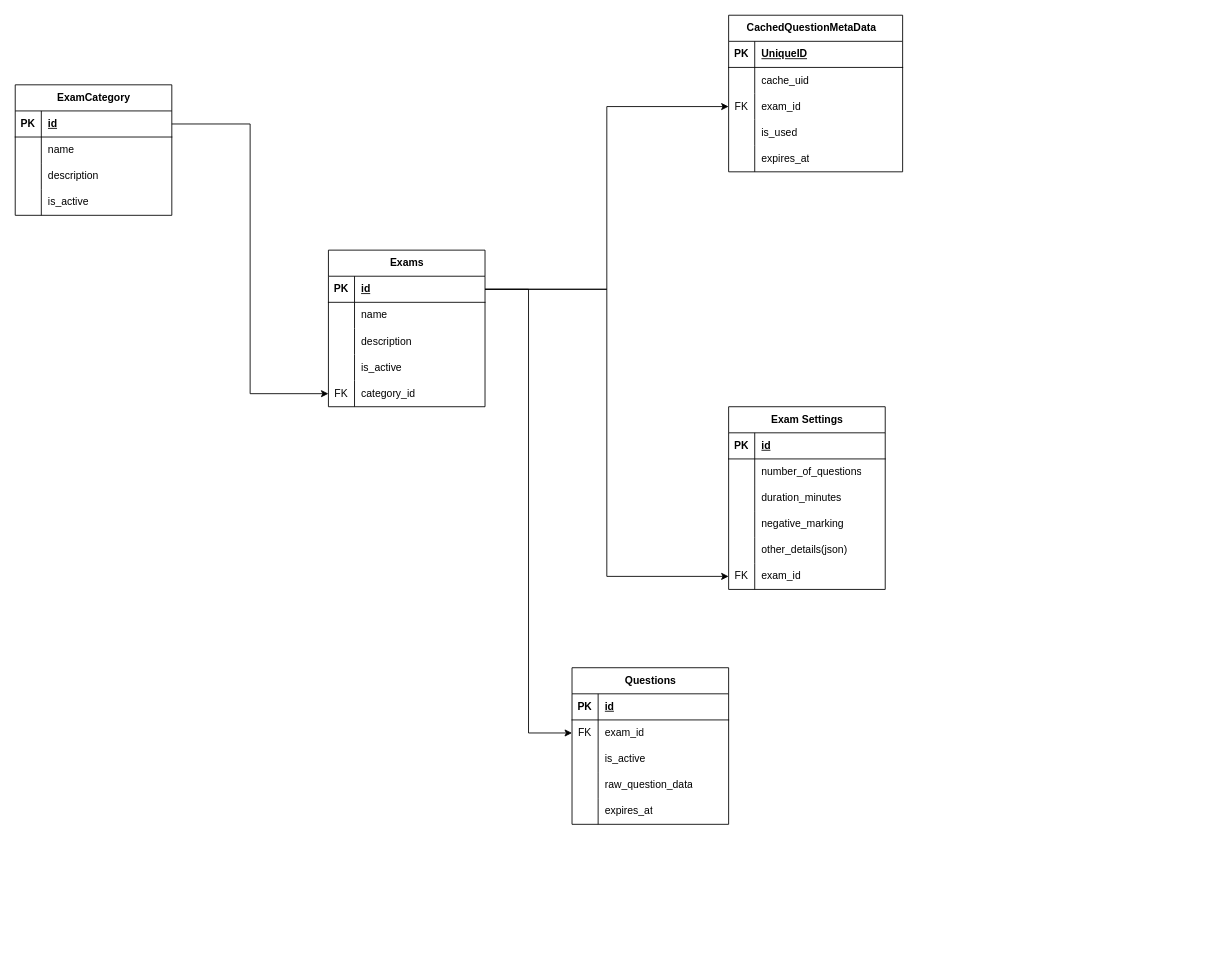
Above: page "db schema" (4 of 4) of docs/retest.drawio in Anexca/project-kota (draw.io), before the change. Source tidied: cells renumbered, new cells numbered last; positions are measured from the earlier drawing's top-left corner, leaving out a move shared by most shapes. Both pictures are drawn from the tidied source at 87%, with x=0, y=0 at pixel (15, 15).
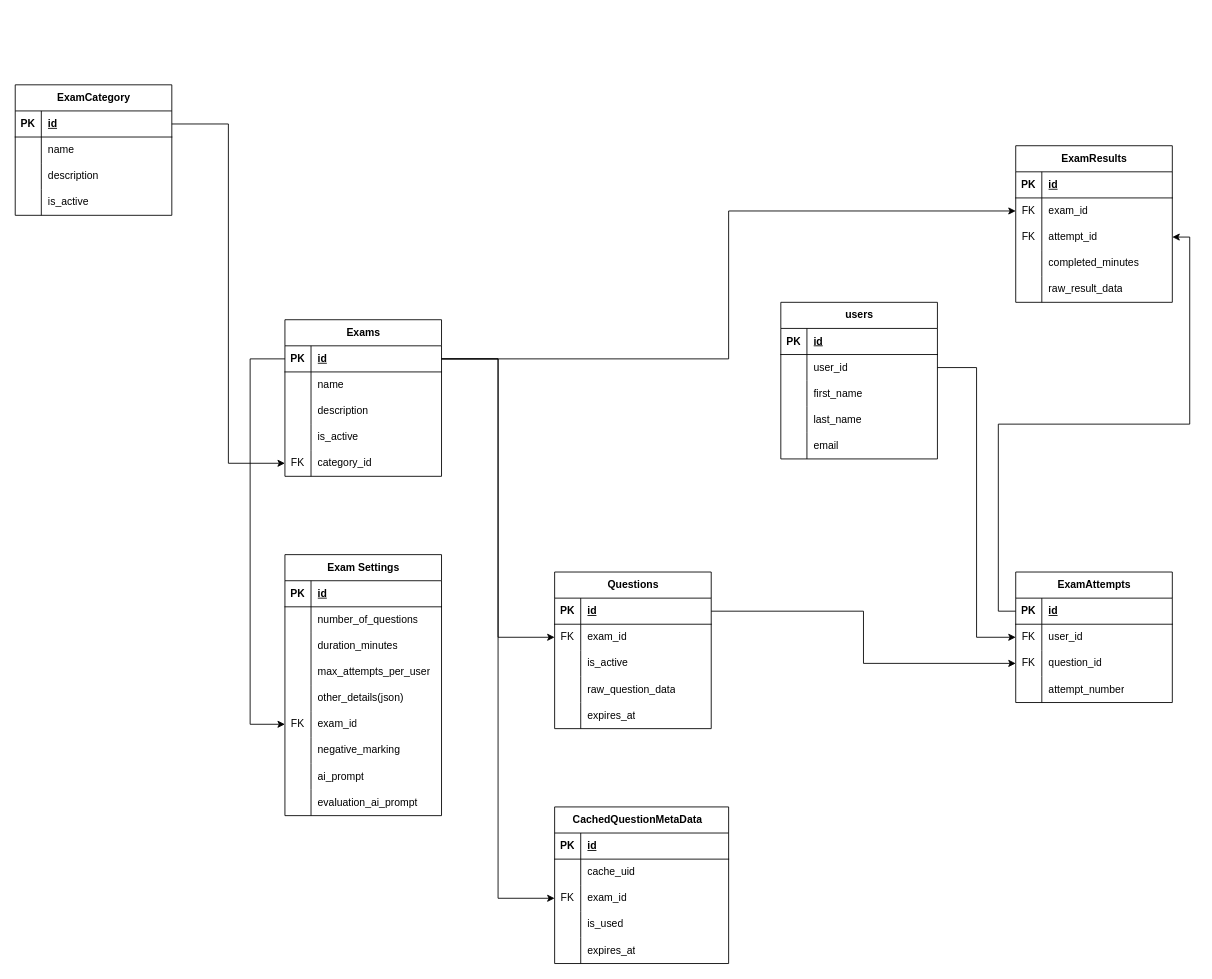
The same diagram, later.

Commit message (it also covers changes not shown here):
add exam attempt and result table

Unchanged cells that the change refers to:
```xml
<mxCell id="16" style="shape=tableRow;horizontal=0;startSize=0;swimlaneHead=0;swimlaneBody=0;fillColor=none;points=[[0,0.5],[1,0.5]];portConstraint=eastwest;top=0;left=0;right=0;bottom=1;" parent="15" vertex="1">
  <mxGeometry y="30" width="180" height="30" as="geometry" />
</mxCell>
<mxCell id="42" style="shape=tableRow;horizontal=0;startSize=0;swimlaneHead=0;swimlaneBody=0;fillColor=none;top=0;left=0;right=0;bottom=0;" parent="32" vertex="1">
  <mxGeometry y="120" width="180" height="30" as="geometry" />
</mxCell>
<mxCell id="48" style="shape=tableRow;horizontal=0;startSize=0;swimlaneHead=0;swimlaneBody=0;fillColor=none;points=[[0,0.5],[1,0.5]];portConstraint=eastwest;top=0;left=0;right=0;bottom=0;" parent="32" vertex="1">
  <mxGeometry y="180" width="180" height="30" as="geometry" />
</mxCell>
<mxCell id="53" style="shape=tableRow;horizontal=0;startSize=0;swimlaneHead=0;swimlaneBody=0;fillColor=none;top=0;left=0;right=0;bottom=1;" parent="52" vertex="1">
  <mxGeometry y="30" width="200" height="30" as="geometry" />
</mxCell>
<mxCell id="59" style="shape=tableRow;horizontal=0;startSize=0;swimlaneHead=0;swimlaneBody=0;fillColor=none;points=[[0,0.5],[1,0.5]];portConstraint=eastwest;top=0;left=0;right=0;bottom=0;" parent="52" vertex="1">
  <mxGeometry y="90" width="200" height="30" as="geometry" />
</mxCell>
<mxCell id="70" style="shape=tableRow;horizontal=0;startSize=0;swimlaneHead=0;swimlaneBody=0;fillColor=none;points=[[0,0.5],[1,0.5]];portConstraint=eastwest;top=0;left=0;right=0;bottom=1;" parent="69" vertex="1">
  <mxGeometry y="30" width="180" height="30" as="geometry" />
</mxCell>
```

Diff of the diagram source:
```diff
@@
     <mxCell id="15" value="Exams" style="shape=table;startSize=30;childLayout=tableLayout;rowLines=0;fontStyle=1;align=center;html=1;" parent="1" vertex="1">
-      <mxGeometry x="360" y="270" width="180" height="180" as="geometry" />
+      <mxGeometry x="310" y="350" width="180" height="180" as="geometry" />
     </mxCell>
@@
     <mxCell id="32" value="Exam Settings" style="shape=table;startSize=30;childLayout=tableLayout;rowLines=0;fontStyle=1;align=center;html=1;" parent="1" vertex="1">
-      <mxGeometry x="820" y="450" width="180" height="210" as="geometry" />
+      <mxGeometry x="310" y="620" width="180" height="300" as="geometry" />
     </mxCell>
@@
-    <mxCell id="44" value="negative_marking" style="shape=partialRectangle;fillColor=none;top=0;left=0;bottom=0;right=0;align=left;spacingLeft=6;overflow=hidden;whiteSpace=wrap;html=1;" parent="42" vertex="1">
+    <mxCell id="44" value="max_attempts_per_user" style="shape=partialRectangle;fillColor=none;top=0;left=0;bottom=0;right=0;align=left;spacingLeft=6;overflow=hidden;whiteSpace=wrap;html=1;" parent="42" vertex="1">
       <mxGeometry x="30" width="150" height="30" as="geometry" />
     </mxCell>
@@
-    <mxCell id="51" style="edgeStyle=orthogonalEdgeStyle;rounded=0;jettySize=auto;html=1;" parent="1" edge="1" source="16" target="48">
-      <mxGeometry relative="1" as="geometry" />
-    </mxCell>
+    <mxCell id="86" style="shape=tableRow;horizontal=0;startSize=0;swimlaneHead=0;swimlaneBody=0;fillColor=none;top=0;left=0;right=0;bottom=0;" parent="32" vertex="1">
+      <mxGeometry y="210" width="180" height="30" as="geometry" />
+    </mxCell>
+    <mxCell id="87" style="shape=partialRectangle;fillColor=none;top=0;left=0;bottom=0;right=0;overflow=hidden;whiteSpace=wrap;html=1;" parent="86" vertex="1">
+      <mxGeometry width="30" height="30" as="geometry" />
+    </mxCell>
+    <mxCell id="88" value="negative_marking" style="shape=partialRectangle;fillColor=none;top=0;left=0;bottom=0;right=0;align=left;spacingLeft=6;overflow=hidden;whiteSpace=wrap;html=1;" parent="86" vertex="1">
+      <mxGeometry x="30" width="150" height="30" as="geometry" />
+    </mxCell>
+    <mxCell id="89" style="shape=tableRow;horizontal=0;startSize=0;swimlaneHead=0;swimlaneBody=0;fillColor=none;top=0;left=0;right=0;bottom=0;" parent="32" vertex="1">
+      <mxGeometry y="240" width="180" height="30" as="geometry" />
+    </mxCell>
+    <mxCell id="90" style="shape=partialRectangle;fillColor=none;top=0;left=0;bottom=0;right=0;overflow=hidden;whiteSpace=wrap;html=1;" parent="89" vertex="1">
+      <mxGeometry width="30" height="30" as="geometry" />
+    </mxCell>
+    <mxCell id="91" value="ai_prompt" style="shape=partialRectangle;fillColor=none;top=0;left=0;bottom=0;right=0;align=left;spacingLeft=6;overflow=hidden;whiteSpace=wrap;html=1;" parent="89" vertex="1">
+      <mxGeometry x="30" width="150" height="30" as="geometry" />
+    </mxCell>
+    <mxCell id="92" style="shape=tableRow;horizontal=0;startSize=0;swimlaneHead=0;swimlaneBody=0;fillColor=none;top=0;left=0;right=0;bottom=0;" parent="32" vertex="1">
+      <mxGeometry y="270" width="180" height="30" as="geometry" />
+    </mxCell>
+    <mxCell id="93" style="shape=partialRectangle;fillColor=none;top=0;left=0;bottom=0;right=0;overflow=hidden;whiteSpace=wrap;html=1;" parent="92" vertex="1">
+      <mxGeometry width="30" height="30" as="geometry" />
+    </mxCell>
+    <mxCell id="94" value="evaluation_ai_prompt" style="shape=partialRectangle;fillColor=none;top=0;left=0;bottom=0;right=0;align=left;spacingLeft=6;overflow=hidden;whiteSpace=wrap;html=1;" parent="92" vertex="1">
+      <mxGeometry x="30" width="150" height="30" as="geometry" />
+    </mxCell>
     <mxCell id="52" value="CachedQuestionMetaData&amp;nbsp; &amp;nbsp;" style="shape=table;startSize=30;childLayout=tableLayout;rowLines=0;fontStyle=1;align=center;html=1;" parent="1" vertex="1">
-      <mxGeometry x="820" width="200" height="180" as="geometry" />
+      <mxGeometry x="620" y="910" width="200" height="180" as="geometry" />
     </mxCell>
@@
-    <mxCell id="55" value="UniqueID" style="shape=partialRectangle;fillColor=none;top=0;left=0;bottom=0;right=0;align=left;spacingLeft=6;fontStyle=5;overflow=hidden;whiteSpace=wrap;html=1;" parent="53" vertex="1">
+    <mxCell id="55" value="id" style="shape=partialRectangle;fillColor=none;top=0;left=0;bottom=0;right=0;align=left;spacingLeft=6;fontStyle=5;overflow=hidden;whiteSpace=wrap;html=1;" parent="53" vertex="1">
       <mxGeometry x="30" width="170" height="30" as="geometry" />
     </mxCell>
@@
-    <mxCell id="68" style="edgeStyle=orthogonalEdgeStyle;rounded=0;jettySize=auto;html=1;" parent="1" edge="1" source="16" target="59">
-      <mxGeometry relative="1" as="geometry" />
-    </mxCell>
     <mxCell id="69" value="Questions" style="shape=table;startSize=30;childLayout=tableLayout;rowLines=0;fontStyle=1;align=center;html=1;" parent="1" vertex="1">
-      <mxGeometry x="640" y="750" width="180" height="180" as="geometry" />
+      <mxGeometry x="620" y="640" width="180" height="180" as="geometry" />
     </mxCell>
@@
+    <mxCell id="95" value="ExamAttempts" style="shape=table;startSize=30;childLayout=tableLayout;rowLines=0;fontStyle=1;align=center;html=1;" parent="1" vertex="1">
+      <mxGeometry x="1150" y="640" width="180" height="150" as="geometry" />
+    </mxCell>
+    <mxCell id="96" style="shape=tableRow;horizontal=0;startSize=0;swimlaneHead=0;swimlaneBody=0;fillColor=none;points=[[0,0.5],[1,0.5]];portConstraint=eastwest;top=0;left=0;right=0;bottom=1;" parent="95" vertex="1">
+      <mxGeometry y="30" width="180" height="30" as="geometry" />
+    </mxCell>
+    <mxCell id="97" value="PK" style="shape=partialRectangle;fillColor=none;top=0;left=0;bottom=0;right=0;fontStyle=1;overflow=hidden;whiteSpace=wrap;html=1;" parent="96" vertex="1">
+      <mxGeometry width="30" height="30" as="geometry" />
+    </mxCell>
+    <mxCell id="98" value="id" style="shape=partialRectangle;fillColor=none;top=0;left=0;bottom=0;right=0;align=left;spacingLeft=6;fontStyle=5;overflow=hidden;whiteSpace=wrap;html=1;" parent="96" vertex="1">
+      <mxGeometry x="30" width="150" height="30" as="geometry" />
+    </mxCell>
+    <mxCell id="99" style="shape=tableRow;horizontal=0;startSize=0;swimlaneHead=0;swimlaneBody=0;fillColor=none;points=[[0,0.5],[1,0.5]];portConstraint=eastwest;top=0;left=0;right=0;bottom=0;" parent="95" vertex="1">
+      <mxGeometry y="60" width="180" height="30" as="geometry" />
+    </mxCell>
+    <mxCell id="100" value="FK" style="shape=partialRectangle;fillColor=none;top=0;left=0;bottom=0;right=0;overflow=hidden;whiteSpace=wrap;html=1;" parent="99" vertex="1">
+      <mxGeometry width="30" height="30" as="geometry" />
+    </mxCell>
+    <mxCell id="101" value="user_id" style="shape=partialRectangle;fillColor=none;top=0;left=0;bottom=0;right=0;align=left;spacingLeft=6;overflow=hidden;whiteSpace=wrap;html=1;" parent="99" vertex="1">
+      <mxGeometry x="30" width="150" height="30" as="geometry" />
+    </mxCell>
+    <mxCell id="102" style="shape=tableRow;horizontal=0;startSize=0;swimlaneHead=0;swimlaneBody=0;fillColor=none;points=[[0,0.5],[1,0.5]];portConstraint=eastwest;top=0;left=0;right=0;bottom=0;" parent="95" vertex="1">
+      <mxGeometry y="90" width="180" height="30" as="geometry" />
+    </mxCell>
+    <mxCell id="103" value="FK" style="shape=partialRectangle;fillColor=none;top=0;left=0;bottom=0;right=0;overflow=hidden;whiteSpace=wrap;html=1;" parent="102" vertex="1">
+      <mxGeometry width="30" height="30" as="geometry" />
+    </mxCell>
+    <mxCell id="104" value="question_id" style="shape=partialRectangle;fillColor=none;top=0;left=0;bottom=0;right=0;align=left;spacingLeft=6;overflow=hidden;whiteSpace=wrap;html=1;" parent="102" vertex="1">
+      <mxGeometry x="30" width="150" height="30" as="geometry" />
+    </mxCell>
+    <mxCell id="105" style="shape=tableRow;horizontal=0;startSize=0;swimlaneHead=0;swimlaneBody=0;fillColor=none;top=0;left=0;right=0;bottom=0;" parent="95" vertex="1">
+      <mxGeometry y="120" width="180" height="30" as="geometry" />
+    </mxCell>
+    <mxCell id="106" style="shape=partialRectangle;fillColor=none;top=0;left=0;bottom=0;right=0;overflow=hidden;whiteSpace=wrap;html=1;" parent="105" vertex="1">
+      <mxGeometry width="30" height="30" as="geometry" />
+    </mxCell>
+    <mxCell id="107" value="attempt_number" style="shape=partialRectangle;fillColor=none;top=0;left=0;bottom=0;right=0;align=left;spacingLeft=6;overflow=hidden;whiteSpace=wrap;html=1;" parent="105" vertex="1">
+      <mxGeometry x="30" width="150" height="30" as="geometry" />
+    </mxCell>
+    <mxCell id="108" value="users" style="shape=table;startSize=30;childLayout=tableLayout;rowLines=0;fontStyle=1;align=center;html=1;" parent="1" vertex="1">
+      <mxGeometry x="880" y="330" width="180" height="180" as="geometry" />
+    </mxCell>
+    <mxCell id="109" style="shape=tableRow;horizontal=0;startSize=0;swimlaneHead=0;swimlaneBody=0;fillColor=none;top=0;left=0;right=0;bottom=1;" parent="108" vertex="1">
+      <mxGeometry y="30" width="180" height="30" as="geometry" />
+    </mxCell>
+    <mxCell id="110" value="PK" style="shape=partialRectangle;fillColor=none;top=0;left=0;bottom=0;right=0;fontStyle=1;overflow=hidden;whiteSpace=wrap;html=1;" parent="109" vertex="1">
+      <mxGeometry width="30" height="30" as="geometry" />
+    </mxCell>
+    <mxCell id="111" value="id" style="shape=partialRectangle;fillColor=none;top=0;left=0;bottom=0;right=0;align=left;spacingLeft=6;fontStyle=5;overflow=hidden;whiteSpace=wrap;html=1;" parent="109" vertex="1">
+      <mxGeometry x="30" width="150" height="30" as="geometry" />
+    </mxCell>
+    <mxCell id="112" style="shape=tableRow;horizontal=0;startSize=0;swimlaneHead=0;swimlaneBody=0;fillColor=none;points=[[0,0.5],[1,0.5]];portConstraint=eastwest;top=0;left=0;right=0;bottom=0;" parent="108" vertex="1">
+      <mxGeometry y="60" width="180" height="30" as="geometry" />
+    </mxCell>
+    <mxCell id="113" style="shape=partialRectangle;fillColor=none;top=0;left=0;bottom=0;right=0;overflow=hidden;whiteSpace=wrap;html=1;" parent="112" vertex="1">
+      <mxGeometry width="30" height="30" as="geometry" />
+    </mxCell>
+    <mxCell id="114" value="user_id" style="shape=partialRectangle;fillColor=none;top=0;left=0;bottom=0;right=0;align=left;spacingLeft=6;overflow=hidden;whiteSpace=wrap;html=1;" parent="112" vertex="1">
+      <mxGeometry x="30" width="150" height="30" as="geometry" />
+    </mxCell>
+    <mxCell id="115" style="shape=tableRow;horizontal=0;startSize=0;swimlaneHead=0;swimlaneBody=0;fillColor=none;top=0;left=0;right=0;bottom=0;" parent="108" vertex="1">
+      <mxGeometry y="90" width="180" height="30" as="geometry" />
+    </mxCell>
+    <mxCell id="116" style="shape=partialRectangle;fillColor=none;top=0;left=0;bottom=0;right=0;overflow=hidden;whiteSpace=wrap;html=1;" parent="115" vertex="1">
+      <mxGeometry width="30" height="30" as="geometry" />
+    </mxCell>
+    <mxCell id="117" value="first_name" style="shape=partialRectangle;fillColor=none;top=0;left=0;bottom=0;right=0;align=left;spacingLeft=6;overflow=hidden;whiteSpace=wrap;html=1;" parent="115" vertex="1">
+      <mxGeometry x="30" width="150" height="30" as="geometry" />
+    </mxCell>
+    <mxCell id="118" style="shape=tableRow;horizontal=0;startSize=0;swimlaneHead=0;swimlaneBody=0;fillColor=none;top=0;left=0;right=0;bottom=0;" parent="108" vertex="1">
+      <mxGeometry y="120" width="180" height="30" as="geometry" />
+    </mxCell>
+    <mxCell id="119" style="shape=partialRectangle;fillColor=none;top=0;left=0;bottom=0;right=0;overflow=hidden;whiteSpace=wrap;html=1;" parent="118" vertex="1">
+      <mxGeometry width="30" height="30" as="geometry" />
+    </mxCell>
+    <mxCell id="120" value="last_name" style="shape=partialRectangle;fillColor=none;top=0;left=0;bottom=0;right=0;align=left;spacingLeft=6;overflow=hidden;whiteSpace=wrap;html=1;" parent="118" vertex="1">
+      <mxGeometry x="30" width="150" height="30" as="geometry" />
+    </mxCell>
+    <mxCell id="121" style="shape=tableRow;horizontal=0;startSize=0;swimlaneHead=0;swimlaneBody=0;fillColor=none;top=0;left=0;right=0;bottom=0;" parent="108" vertex="1">
+      <mxGeometry y="150" width="180" height="30" as="geometry" />
+    </mxCell>
+    <mxCell id="122" style="shape=partialRectangle;fillColor=none;top=0;left=0;bottom=0;right=0;overflow=hidden;whiteSpace=wrap;html=1;" parent="121" vertex="1">
+      <mxGeometry width="30" height="30" as="geometry" />
+    </mxCell>
+    <mxCell id="123" value="email" style="shape=partialRectangle;fillColor=none;top=0;left=0;bottom=0;right=0;align=left;spacingLeft=6;overflow=hidden;whiteSpace=wrap;html=1;" parent="121" vertex="1">
+      <mxGeometry x="30" width="150" height="30" as="geometry" />
+    </mxCell>
+    <mxCell id="124" style="edgeStyle=orthogonalEdgeStyle;rounded=0;jettySize=auto;html=1;" parent="1" edge="1" source="112" target="99">
+      <mxGeometry relative="1" as="geometry" />
+    </mxCell>
+    <mxCell id="125" style="edgeStyle=orthogonalEdgeStyle;rounded=0;jettySize=auto;html=1;" parent="1" edge="1" source="70" target="102">
+      <mxGeometry relative="1" as="geometry" />
+    </mxCell>
+    <mxCell id="51" style="edgeStyle=orthogonalEdgeStyle;rounded=0;jettySize=auto;html=1;" parent="1" edge="1" source="16" target="48">
+      <mxGeometry relative="1" as="geometry">
+        <Array as="points">
+          <mxPoint x="270" y="395" />
+          <mxPoint x="270" y="815" />
+        </Array>
+      </mxGeometry>
+    </mxCell>
+    <mxCell id="126" value="ExamResults" style="shape=table;startSize=30;childLayout=tableLayout;rowLines=0;fontStyle=1;align=center;html=1;" parent="1" vertex="1">
+      <mxGeometry x="1150" y="150" width="180" height="180" as="geometry" />
+    </mxCell>
+    <mxCell id="127" style="shape=tableRow;horizontal=0;startSize=0;swimlaneHead=0;swimlaneBody=0;fillColor=none;top=0;left=0;right=0;bottom=1;" parent="126" vertex="1">
+      <mxGeometry y="30" width="180" height="30" as="geometry" />
+    </mxCell>
+    <mxCell id="128" value="PK" style="shape=partialRectangle;fillColor=none;top=0;left=0;bottom=0;right=0;fontStyle=1;overflow=hidden;whiteSpace=wrap;html=1;" parent="127" vertex="1">
+      <mxGeometry width="30" height="30" as="geometry" />
+    </mxCell>
+    <mxCell id="129" value="id" style="shape=partialRectangle;fillColor=none;top=0;left=0;bottom=0;right=0;align=left;spacingLeft=6;fontStyle=5;overflow=hidden;whiteSpace=wrap;html=1;" parent="127" vertex="1">
+      <mxGeometry x="30" width="150" height="30" as="geometry" />
+    </mxCell>
+    <mxCell id="130" style="shape=tableRow;horizontal=0;startSize=0;swimlaneHead=0;swimlaneBody=0;fillColor=none;points=[[0,0.5],[1,0.5]];portConstraint=eastwest;top=0;left=0;right=0;bottom=0;" parent="126" vertex="1">
+      <mxGeometry y="60" width="180" height="30" as="geometry" />
+    </mxCell>
+    <mxCell id="131" value="FK" style="shape=partialRectangle;fillColor=none;top=0;left=0;bottom=0;right=0;overflow=hidden;whiteSpace=wrap;html=1;" parent="130" vertex="1">
+      <mxGeometry width="30" height="30" as="geometry" />
+    </mxCell>
+    <mxCell id="132" value="exam_id" style="shape=partialRectangle;fillColor=none;top=0;left=0;bottom=0;right=0;align=left;spacingLeft=6;overflow=hidden;whiteSpace=wrap;html=1;" parent="130" vertex="1">
+      <mxGeometry x="30" width="150" height="30" as="geometry" />
+    </mxCell>
+    <mxCell id="133" style="shape=tableRow;horizontal=0;startSize=0;swimlaneHead=0;swimlaneBody=0;fillColor=none;points=[[0,0.5],[1,0.5]];portConstraint=eastwest;top=0;left=0;right=0;bottom=0;" parent="126" vertex="1">
+      <mxGeometry y="90" width="180" height="30" as="geometry" />
+    </mxCell>
+    <mxCell id="134" value="FK" style="shape=partialRectangle;fillColor=none;top=0;left=0;bottom=0;right=0;overflow=hidden;whiteSpace=wrap;html=1;" parent="133" vertex="1">
+      <mxGeometry width="30" height="30" as="geometry" />
+    </mxCell>
+    <mxCell id="135" value="attempt_id" style="shape=partialRectangle;fillColor=none;top=0;left=0;bottom=0;right=0;align=left;spacingLeft=6;overflow=hidden;whiteSpace=wrap;html=1;" parent="133" vertex="1">
+      <mxGeometry x="30" width="150" height="30" as="geometry" />
+    </mxCell>
+    <mxCell id="136" style="shape=tableRow;horizontal=0;startSize=0;swimlaneHead=0;swimlaneBody=0;fillColor=none;top=0;left=0;right=0;bottom=0;" parent="126" vertex="1">
+      <mxGeometry y="120" width="180" height="30" as="geometry" />
+    </mxCell>
+    <mxCell id="137" style="shape=partialRectangle;fillColor=none;top=0;left=0;bottom=0;right=0;overflow=hidden;whiteSpace=wrap;html=1;" parent="136" vertex="1">
+      <mxGeometry width="30" height="30" as="geometry" />
+    </mxCell>
+    <mxCell id="138" value="completed_minutes" style="shape=partialRectangle;fillColor=none;top=0;left=0;bottom=0;right=0;align=left;spacingLeft=6;overflow=hidden;whiteSpace=wrap;html=1;" parent="136" vertex="1">
+      <mxGeometry x="30" width="150" height="30" as="geometry" />
+    </mxCell>
+    <mxCell id="139" style="shape=tableRow;horizontal=0;startSize=0;swimlaneHead=0;swimlaneBody=0;fillColor=none;top=0;left=0;right=0;bottom=0;" parent="126" vertex="1">
+      <mxGeometry y="150" width="180" height="30" as="geometry" />
+    </mxCell>
+    <mxCell id="140" style="shape=partialRectangle;fillColor=none;top=0;left=0;bottom=0;right=0;overflow=hidden;whiteSpace=wrap;html=1;" parent="139" vertex="1">
+      <mxGeometry width="30" height="30" as="geometry" />
+    </mxCell>
+    <mxCell id="141" value="raw_result_data" style="shape=partialRectangle;fillColor=none;top=0;left=0;bottom=0;right=0;align=left;spacingLeft=6;overflow=hidden;whiteSpace=wrap;html=1;" parent="139" vertex="1">
+      <mxGeometry x="30" width="150" height="30" as="geometry" />
+    </mxCell>
+    <mxCell id="142" style="edgeStyle=orthogonalEdgeStyle;rounded=0;jettySize=auto;html=1;" parent="1" edge="1" source="96" target="133">
+      <mxGeometry relative="1" as="geometry" />
+    </mxCell>
+    <mxCell id="143" style="edgeStyle=orthogonalEdgeStyle;rounded=0;jettySize=auto;html=1;" parent="1" edge="1" source="16" target="130">
+      <mxGeometry relative="1" as="geometry" />
+    </mxCell>
+    <mxCell id="68" style="edgeStyle=orthogonalEdgeStyle;rounded=0;jettySize=auto;html=1;" parent="1" edge="1" source="16" target="59">
+      <mxGeometry relative="1" as="geometry" />
+    </mxCell>
```
